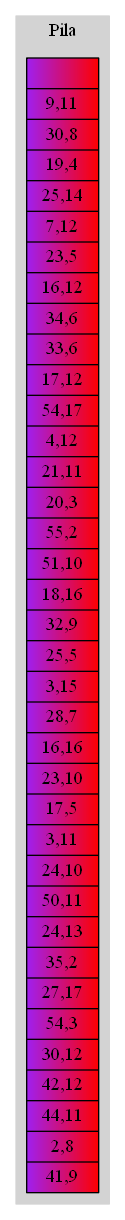
This is graficaPila.png from Tiago-130414/EDD_1S2019_P1_201313722, a Graphviz export, as it was before one commit. Its source is kept beside it as graficaPila.dot.
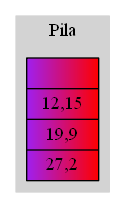
After the change.

Change to the diagram source:
```diff
@@ -8,42 +8,9 @@
 node_GP[shape = record
 label="{
  |
-9,11|
-30,8|
-19,4|
-25,14|
-7,12|
-23,5|
-16,12|
-34,6|
-33,6|
-17,12|
-54,17|
-4,12|
-21,11|
-20,3|
-55,2|
-51,10|
-18,16|
-32,9|
-25,5|
-3,15|
-28,7|
-16,16|
-23,10|
-17,5|
-3,11|
-24,10|
-50,11|
-24,13|
-35,2|
-27,17|
-54,3|
-30,12|
-42,12|
-44,11|
-2,8|
-41,9}"
+12,15|
+19,9|
+27,2}"
 ];
 label = "Pila";
 }
```
